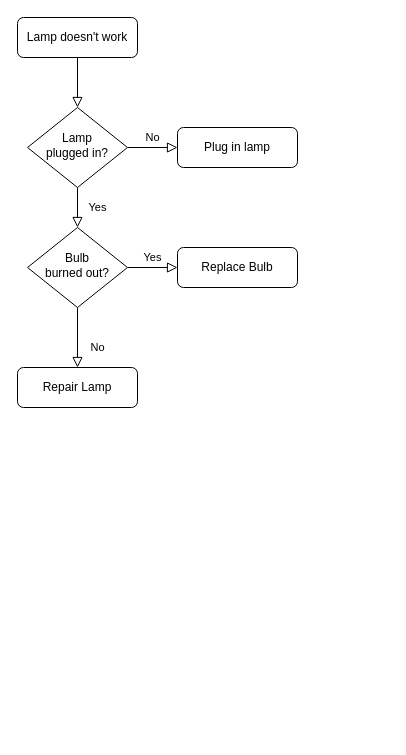
Above: isakissemasi.drawio in smhcbr/flowcharts (draw.io), before the change. Source tidied: cells renumbered, new cells numbered last; positions are measured from the earlier drawing's top-left corner, leaving out a move shared by most shapes. Both pictures are drawn from the tidied source at 100%, with x=0, y=0 at pixel (17, 17).
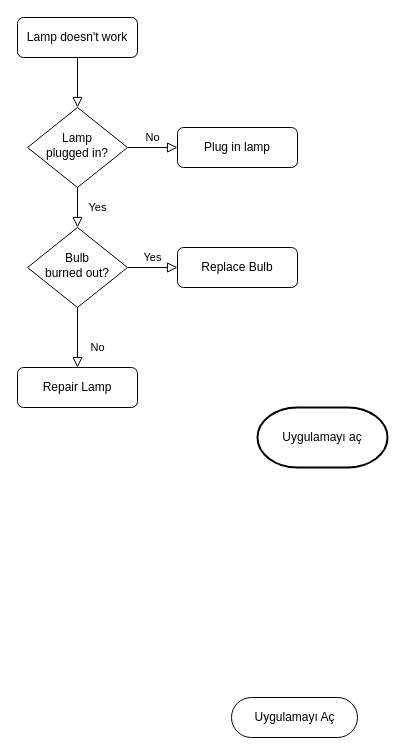
Above is the later version.

The edit, as a diff of the source:
```diff
@@
 <mxGraphModel>
   <root>
     <mxCell id="0" />
     <mxCell id="1" parent="0" />
     <mxCell id="2" style="rounded=0;html=1;jettySize=auto;fontSize=11;endArrow=block;endFill=0;endSize=8;strokeWidth=1;shadow=0;labelBackgroundColor=none;edgeStyle=orthogonalEdgeStyle;" parent="1" edge="1" source="3" target="6">
       <mxGeometry relative="1" as="geometry" />
     </mxCell>
     <mxCell id="3" value="Lamp doesn't work" style="rounded=1;whiteSpace=wrap;html=1;fontSize=12;glass=0;strokeWidth=1;shadow=0;" parent="1" vertex="1">
       <mxGeometry width="120" height="40" as="geometry" />
     </mxCell>
     <mxCell id="4" value="Yes" style="rounded=0;html=1;jettySize=auto;fontSize=11;endArrow=block;endFill=0;endSize=8;strokeWidth=1;shadow=0;labelBackgroundColor=none;edgeStyle=orthogonalEdgeStyle;" parent="1" edge="1" source="6" target="10">
       <mxGeometry y="20" relative="1" as="geometry" />
     </mxCell>
     <mxCell id="5" value="No" style="edgeStyle=orthogonalEdgeStyle;rounded=0;html=1;jettySize=auto;fontSize=11;endArrow=block;endFill=0;endSize=8;strokeWidth=1;shadow=0;labelBackgroundColor=none;" parent="1" edge="1" source="6" target="7">
       <mxGeometry y="10" relative="1" as="geometry" />
     </mxCell>
     <mxCell id="6" value="Lamp&lt;br&gt;plugged in?" style="rhombus;whiteSpace=wrap;html=1;shadow=0;fontFamily=Helvetica;fontSize=12;align=center;strokeWidth=1;spacing=6;spacingTop=-4;" parent="1" vertex="1">
       <mxGeometry x="10" y="90" width="100" height="80" as="geometry" />
     </mxCell>
     <mxCell id="7" value="Plug in lamp" style="rounded=1;whiteSpace=wrap;html=1;fontSize=12;glass=0;strokeWidth=1;shadow=0;" parent="1" vertex="1">
       <mxGeometry x="160" y="110" width="120" height="40" as="geometry" />
     </mxCell>
     <mxCell id="8" value="No" style="rounded=0;html=1;jettySize=auto;fontSize=11;endArrow=block;endFill=0;endSize=8;strokeWidth=1;shadow=0;labelBackgroundColor=none;edgeStyle=orthogonalEdgeStyle;" parent="1" edge="1" source="10" target="11">
       <mxGeometry x="0.33" y="20" relative="1" as="geometry" />
     </mxCell>
     <mxCell id="9" value="Yes" style="edgeStyle=orthogonalEdgeStyle;rounded=0;html=1;jettySize=auto;fontSize=11;endArrow=block;endFill=0;endSize=8;strokeWidth=1;shadow=0;labelBackgroundColor=none;" parent="1" edge="1" source="10" target="12">
       <mxGeometry y="10" relative="1" as="geometry" />
     </mxCell>
     <mxCell id="10" value="Bulb&lt;br&gt;burned out?" style="rhombus;whiteSpace=wrap;html=1;shadow=0;fontFamily=Helvetica;fontSize=12;align=center;strokeWidth=1;spacing=6;spacingTop=-4;" parent="1" vertex="1">
       <mxGeometry x="10" y="210" width="100" height="80" as="geometry" />
     </mxCell>
     <mxCell id="11" value="Repair Lamp" style="rounded=1;whiteSpace=wrap;html=1;fontSize=12;glass=0;strokeWidth=1;shadow=0;" parent="1" vertex="1">
       <mxGeometry y="350" width="120" height="40" as="geometry" />
     </mxCell>
     <mxCell id="12" value="Replace Bulb" style="rounded=1;whiteSpace=wrap;html=1;fontSize=12;glass=0;strokeWidth=1;shadow=0;" parent="1" vertex="1">
       <mxGeometry x="160" y="230" width="120" height="40" as="geometry" />
     </mxCell>
+    <mxCell id="13" value="Uygulamayı aç" style="strokeWidth=2;html=1;shape=mxgraph.flowchart.terminator;whiteSpace=wrap;" parent="1" vertex="1">
+      <mxGeometry x="240" y="390" width="130" height="60" as="geometry" />
+    </mxCell>
+    <mxCell id="14" value="Uygulamayı Aç" style="html=1;dashed=0;whitespace=wrap;shape=mxgraph.dfd.start;" parent="1" vertex="1">
+      <mxGeometry x="214" y="680" width="126" height="40" as="geometry" />
+    </mxCell>
   </root>
 </mxGraphModel>
```
